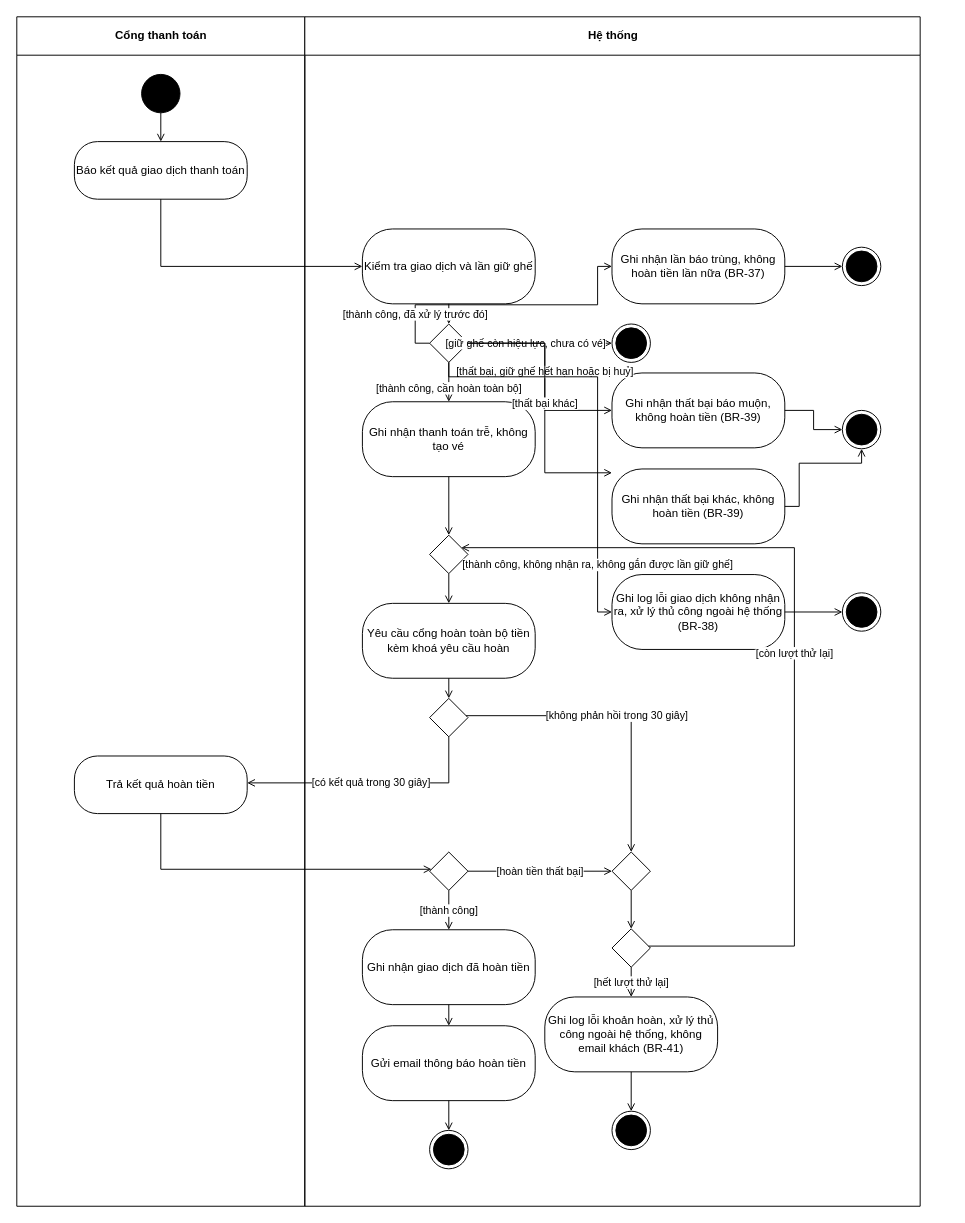
Above: design/diagrams/P04-activity-UC-006.drawio in luytbq/app-dat-ve-xem-phim (draw.io), before the change. Source tidied: cells renumbered, new cells numbered last; positions are measured from the earlier drawing's top-left corner, leaving out a move shared by most shapes. Both pictures are drawn from the tidied source at 96%, with x=0, y=0 at pixel (16, 16).
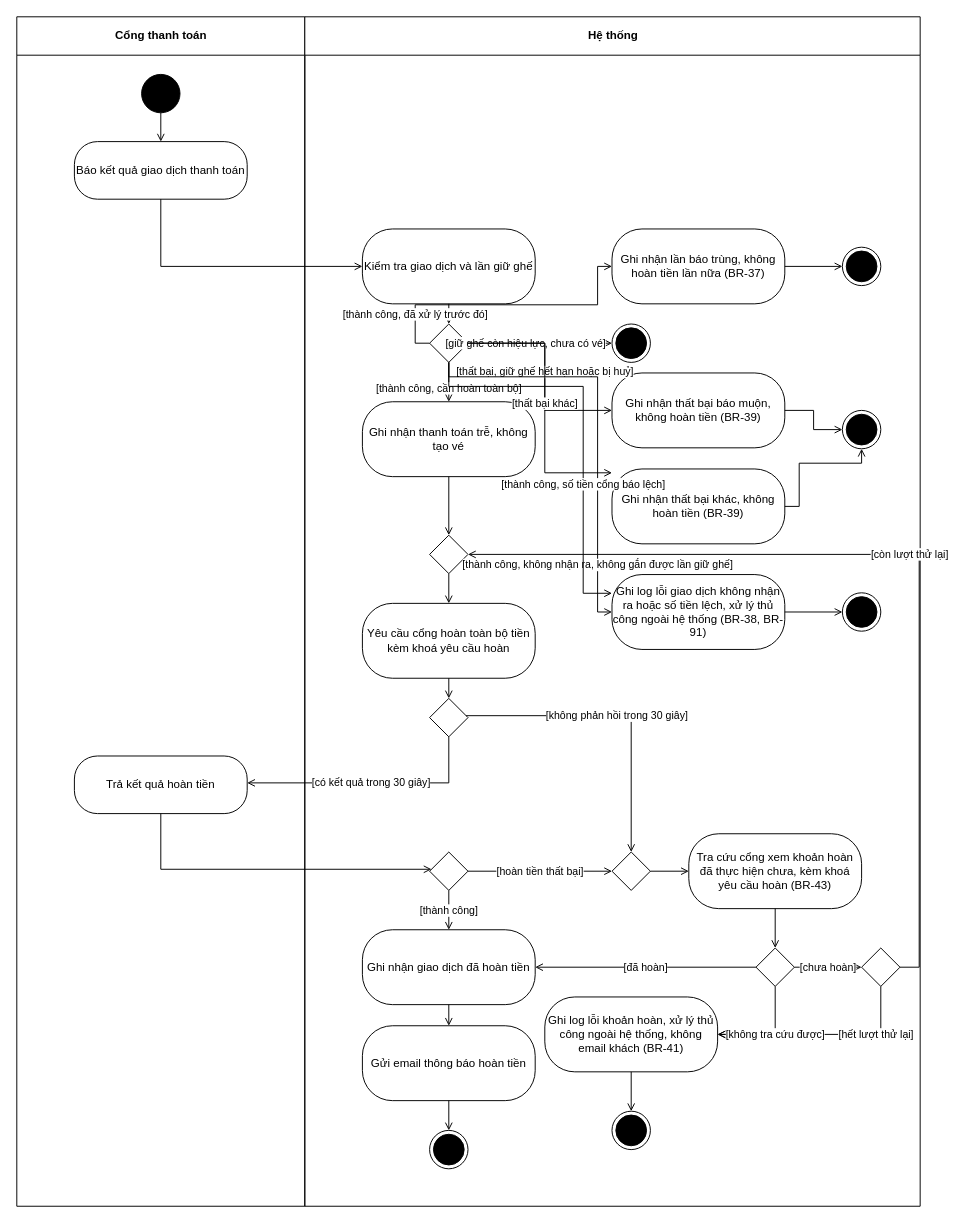
The same diagram, later.

Unchanged cells that the change refers to:
```xml
<mxCell id="3" value="Hệ thống" style="swimlane;html=1;startSize=40;" parent="1" vertex="1">
  <mxGeometry x="300" width="641" height="1239" as="geometry" />
</mxCell>
<mxCell id="7" style="rhombus;html=1;" parent="3" vertex="1">
  <mxGeometry x="130" y="320" width="40" height="40" as="geometry" />
</mxCell>
<mxCell id="17" style="rhombus;html=1;" parent="3" vertex="1">
  <mxGeometry x="130" y="540" width="40" height="40" as="geometry" />
</mxCell>
<mxCell id="22" style="rhombus;html=1;" parent="3" vertex="1">
  <mxGeometry x="320" y="870" width="40" height="40" as="geometry" />
</mxCell>
<mxCell id="24" value="Ghi log lỗi khoản hoàn, xử lý thủ công ngoài hệ thống, không email khách (BR-41)" style="rounded=1;whiteSpace=wrap;html=1;arcSize=40;" parent="3" vertex="1">
  <mxGeometry x="250" y="1021" width="180" height="78" as="geometry" />
</mxCell>
<mxCell id="25" style="ellipse;shape=endState;html=1;fillColor=#000000;" parent="3" vertex="1">
  <mxGeometry x="320" y="1140" width="40" height="40" as="geometry" />
</mxCell>
<mxCell id="26" value="Ghi nhận giao dịch đã hoàn tiền" style="rounded=1;whiteSpace=wrap;html=1;arcSize=40;" parent="3" vertex="1">
  <mxGeometry x="60" y="951" width="180" height="78" as="geometry" />
</mxCell>
<mxCell id="27" value="Gửi email thông báo hoàn tiền" style="rounded=1;whiteSpace=wrap;html=1;arcSize=40;" parent="3" vertex="1">
  <mxGeometry x="60" y="1051" width="180" height="78" as="geometry" />
</mxCell>
<mxCell id="28" style="ellipse;shape=endState;html=1;fillColor=#000000;" parent="3" vertex="1">
  <mxGeometry x="130" y="1160" width="40" height="40" as="geometry" />
</mxCell>
```

What changed in the source:
```diff
@@
-    <mxCell id="14" value="Ghi log lỗi giao dịch không nhận ra, xử lý thủ công ngoài hệ thống (BR-38)" style="rounded=1;whiteSpace=wrap;html=1;arcSize=40;" parent="3" vertex="1">
+    <mxCell id="14" value="Ghi log lỗi giao dịch không nhận ra hoặc số tiền lệch, xử lý thủ công ngoài hệ thống (BR-38, BR-91)" style="rounded=1;whiteSpace=wrap;html=1;arcSize=40;" parent="3" vertex="1">
       <mxGeometry x="320" y="581" width="180" height="78" as="geometry" />
     </mxCell>
@@
     <mxCell id="23" style="rhombus;html=1;" parent="3" vertex="1">
-      <mxGeometry x="320" y="950" width="40" height="40" as="geometry" />
+      <mxGeometry x="580" y="970" width="40" height="40" as="geometry" />
     </mxCell>
@@
+    <mxCell id="53" style="edgeStyle=orthogonalEdgeStyle;rounded=0;html=1;endArrow=open;endFill=0;" parent="1" edge="1" source="24" target="25">
+      <mxGeometry relative="1" as="geometry" />
+    </mxCell>
+    <mxCell id="54" style="edgeStyle=orthogonalEdgeStyle;rounded=0;html=1;endArrow=open;endFill=0;" parent="1" edge="1" source="26" target="27">
+      <mxGeometry relative="1" as="geometry" />
+    </mxCell>
+    <mxCell id="55" style="edgeStyle=orthogonalEdgeStyle;rounded=0;html=1;endArrow=open;endFill=0;" parent="1" edge="1" source="27" target="28">
+      <mxGeometry relative="1" as="geometry" />
+    </mxCell>
+    <mxCell id="56" value="Tra cứu cổng xem khoản hoàn đã thực hiện chưa, kèm khoá yêu cầu hoàn (BR-43)" style="rounded=1;whiteSpace=wrap;html=1;arcSize=40;" parent="3" vertex="1">
+      <mxGeometry x="400" y="851" width="180" height="78" as="geometry" />
+    </mxCell>
+    <mxCell id="57" style="rhombus;html=1;" parent="3" vertex="1">
+      <mxGeometry x="470" y="970" width="40" height="40" as="geometry" />
+    </mxCell>
-    <mxCell id="50" style="edgeStyle=orthogonalEdgeStyle;rounded=0;html=1;endArrow=open;endFill=0;" parent="1" edge="1" source="22" target="23">
+    <mxCell id="50" style="edgeStyle=orthogonalEdgeStyle;rounded=0;html=1;endArrow=open;endFill=0;exitX=1;exitY=0.5;exitDx=0;exitDy=0;entryX=0;entryY=0.5;entryDx=0;entryDy=0;" parent="1" edge="1" source="22" target="56">
       <mxGeometry relative="1" as="geometry" />
     </mxCell>
-    <mxCell id="51" value="[còn lượt thử lại]" style="edgeStyle=orthogonalEdgeStyle;rounded=0;html=1;endArrow=open;endFill=0;" parent="1" edge="1" source="23" target="17">
+    <mxCell id="51" value="[còn lượt thử lại]" style="edgeStyle=orthogonalEdgeStyle;rounded=0;html=1;endArrow=open;endFill=0;exitX=1;exitY=0.5;exitDx=0;exitDy=0;entryX=1;entryY=0.5;entryDx=0;entryDy=0;" parent="1" edge="1" source="23" target="17">
       <mxGeometry relative="1" as="geometry">
         <Array as="points">
-          <mxPoint x="810" y="968" />
-          <mxPoint x="810" y="553" />
+          <mxPoint x="940" y="990" />
+          <mxPoint x="940" y="560" />
         </Array>
       </mxGeometry>
     </mxCell>
-    <mxCell id="52" value="[hết lượt thử lại]" style="edgeStyle=orthogonalEdgeStyle;rounded=0;html=1;endArrow=open;endFill=0;" parent="1" edge="1" source="23" target="24">
-      <mxGeometry relative="1" as="geometry" />
+    <mxCell id="52" value="[hết lượt thử lại]" style="edgeStyle=orthogonalEdgeStyle;rounded=0;html=1;endArrow=open;endFill=0;exitX=0.5;exitY=1;exitDx=0;exitDy=0;entryX=1;entryY=0.5;entryDx=0;entryDy=0;" parent="1" edge="1" source="23" target="24">
+      <mxGeometry x="-0.5" relative="1" as="geometry">
+        <Array as="points">
+          <mxPoint x="900" y="1060" />
+        </Array>
+      </mxGeometry>
     </mxCell>
-    <mxCell id="53" style="edgeStyle=orthogonalEdgeStyle;rounded=0;html=1;endArrow=open;endFill=0;" parent="1" edge="1" source="24" target="25">
-      <mxGeometry relative="1" as="geometry" />
-    </mxCell>
-    <mxCell id="54" style="edgeStyle=orthogonalEdgeStyle;rounded=0;html=1;endArrow=open;endFill=0;" parent="1" edge="1" source="26" target="27">
-      <mxGeometry relative="1" as="geometry" />
-    </mxCell>
-    <mxCell id="55" style="edgeStyle=orthogonalEdgeStyle;rounded=0;html=1;endArrow=open;endFill=0;" parent="1" edge="1" source="27" target="28">
-      <mxGeometry relative="1" as="geometry" />
-    </mxCell>
+    <mxCell id="58" value="[thành công, số tiền cổng báo lệch]" style="edgeStyle=orthogonalEdgeStyle;rounded=0;html=1;endArrow=open;endFill=0;exitX=0.5;exitY=1;exitDx=0;exitDy=0;entryX=0;entryY=0.25;entryDx=0;entryDy=0;" parent="1" edge="1" source="7" target="14">
+      <mxGeometry x="0.3" relative="1" as="geometry">
+        <Array as="points">
+          <mxPoint x="450" y="385" />
+          <mxPoint x="590" y="385" />
+          <mxPoint x="590" y="600" />
+        </Array>
+      </mxGeometry>
+    </mxCell>
+    <mxCell id="59" style="edgeStyle=orthogonalEdgeStyle;rounded=0;html=1;endArrow=open;endFill=0;" parent="1" edge="1" source="56" target="57">
+      <mxGeometry relative="1" as="geometry" />
+    </mxCell>
+    <mxCell id="60" value="[chưa hoàn]" style="edgeStyle=orthogonalEdgeStyle;rounded=0;html=1;endArrow=open;endFill=0;" parent="1" edge="1" source="57" target="23">
+      <mxGeometry relative="1" as="geometry" />
+    </mxCell>
+    <mxCell id="61" value="[đã hoàn]" style="edgeStyle=orthogonalEdgeStyle;rounded=0;html=1;endArrow=open;endFill=0;" parent="1" edge="1" source="57" target="26">
+      <mxGeometry relative="1" as="geometry" />
+    </mxCell>
+    <mxCell id="62" value="[không tra cứu được]" style="edgeStyle=orthogonalEdgeStyle;rounded=0;html=1;endArrow=open;endFill=0;exitX=0.5;exitY=1;exitDx=0;exitDy=0;entryX=1;entryY=0.5;entryDx=0;entryDy=0;" parent="1" edge="1" source="57" target="24">
+      <mxGeometry x="-0.1" relative="1" as="geometry">
+        <Array as="points">
+          <mxPoint x="790" y="1060" />
+        </Array>
+      </mxGeometry>
+    </mxCell>
```
